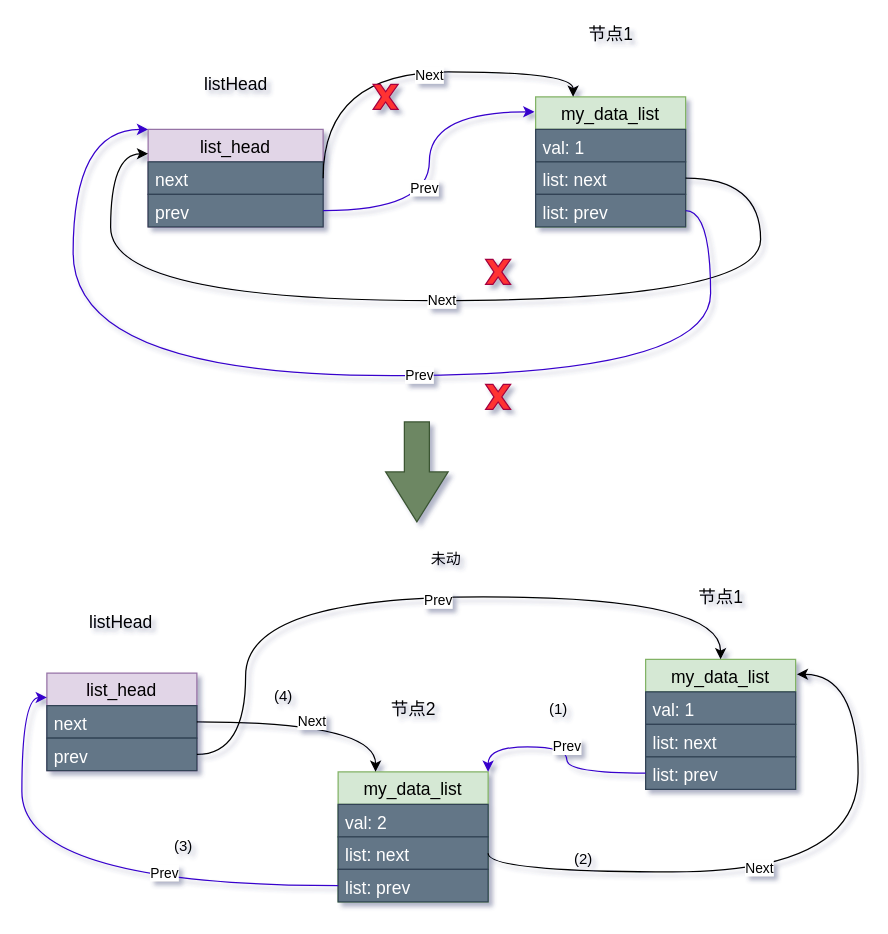
Earlier version of the draw.io diagram 06-内核链表插入2.drawio (Vinson-001/Blog-flow-chart). Source tidied: cells renumbered, new cells numbered last; positions are measured from the earlier drawing's top-left corner, leaving out a move shared by most shapes. Both pictures are drawn from the tidied source at 125%, with x=0, y=0 at pixel (46, 21).
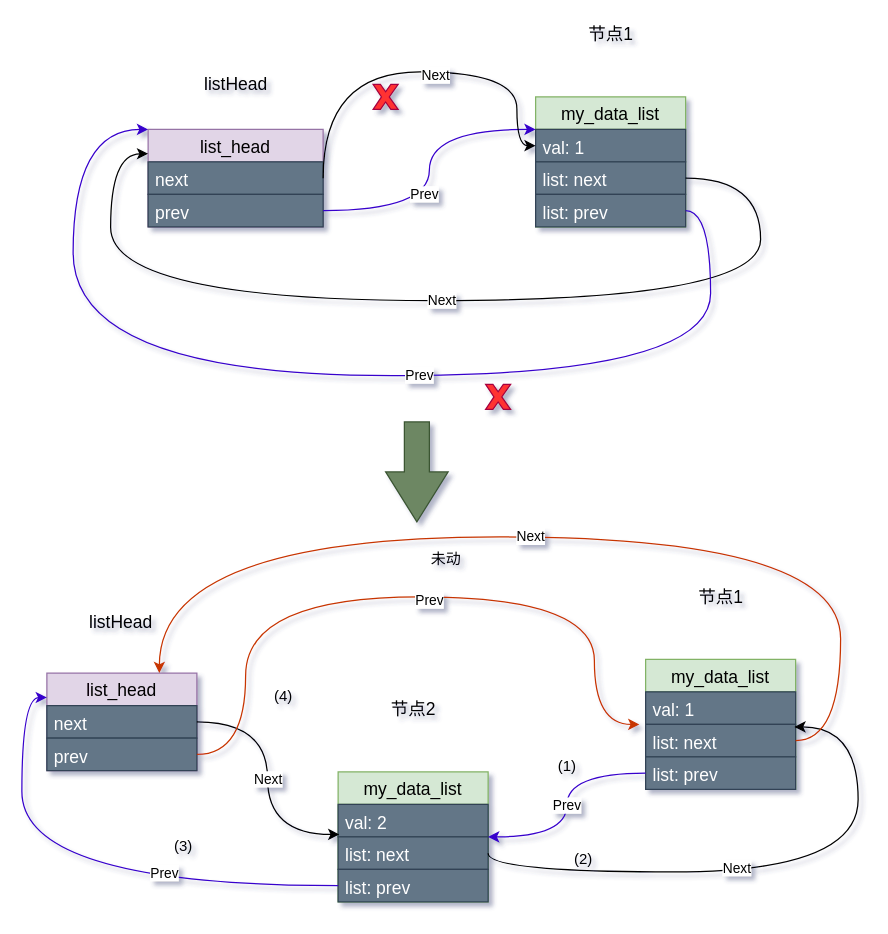
After the change.

Commit message (it also covers changes not shown here):
更新06-内核链表插入2.drawio

The change refers to these unchanged cells:
```xml
<mxCell id="2" style="group;" parent="1" vertex="1">
  <mxGeometry x="21" width="550" height="283" as="geometry" />
</mxCell>
<mxCell id="4" value="my_data_list" style="swimlane;fontStyle=0;horizontal=1;startSize=26;fillColor=#d5e8d4;fontSize=14;strokeColor=#82b366;" parent="3" vertex="1">
  <mxGeometry y="60" width="120" height="104" as="geometry" />
</mxCell>
<mxCell id="5" value="val: 1" style="text;strokeColor=#314354;fillColor=#647687;align=left;verticalAlign=top;spacingLeft=4;spacingRight=4;overflow=hidden;points=[[0,0.5],[1,0.5]];portConstraint=eastwest;fontColor=#ffffff;fontSize=14;" parent="4" vertex="1">
  <mxGeometry y="26" width="120" height="26" as="geometry" />
</mxCell>
<mxCell id="10" value="next" style="text;strokeColor=#314354;fillColor=#647687;align=left;verticalAlign=top;spacingLeft=4;spacingRight=4;overflow=hidden;points=[[0,0.5],[1,0.5]];portConstraint=eastwest;fontColor=#ffffff;fontSize=14;" parent="9" vertex="1">
  <mxGeometry y="26" width="140" height="26" as="geometry" />
</mxCell>
<mxCell id="11" value="prev" style="text;strokeColor=#314354;fillColor=#647687;align=left;verticalAlign=top;spacingLeft=4;spacingRight=4;overflow=hidden;points=[[0,0.5],[1,0.5]];portConstraint=eastwest;fontColor=#ffffff;fontSize=14;" parent="9" vertex="1">
  <mxGeometry y="52" width="140" height="26" as="geometry" />
</mxCell>
<mxCell id="23" style="group;" parent="1" vertex="1">
  <mxGeometry y="420" width="649" height="284" as="geometry" />
</mxCell>
<mxCell id="25" value="my_data_list" style="swimlane;fontStyle=0;horizontal=1;startSize=26;fillColor=#d5e8d4;fontSize=14;strokeColor=#82b366;" parent="24" vertex="1">
  <mxGeometry y="60" width="120" height="104" as="geometry" />
</mxCell>
<mxCell id="26" value="val: 2" style="text;strokeColor=#314354;fillColor=#647687;align=left;verticalAlign=top;spacingLeft=4;spacingRight=4;overflow=hidden;points=[[0,0.5],[1,0.5]];portConstraint=eastwest;fontColor=#ffffff;fontSize=14;" parent="25" vertex="1">
  <mxGeometry y="26" width="120" height="26" as="geometry" />
</mxCell>
<mxCell id="27" value="list: next" style="text;strokeColor=#314354;fillColor=#647687;align=left;verticalAlign=top;spacingLeft=4;spacingRight=4;overflow=hidden;points=[[0,0.5],[1,0.5]];portConstraint=eastwest;fontColor=#ffffff;fontSize=14;" parent="25" vertex="1">
  <mxGeometry y="52" width="120" height="26" as="geometry" />
</mxCell>
<mxCell id="30" value="list_head" style="swimlane;fontStyle=0;horizontal=1;startSize=26;fillColor=#e1d5e7;fontSize=14;strokeColor=#9673a6;" parent="23" vertex="1">
  <mxGeometry y="101" width="120" height="78" as="geometry" />
</mxCell>
<mxCell id="31" value="next" style="text;strokeColor=#314354;fillColor=#647687;align=left;verticalAlign=top;spacingLeft=4;spacingRight=4;overflow=hidden;points=[[0,0.5],[1,0.5]];portConstraint=eastwest;fontColor=#ffffff;fontSize=14;" parent="30" vertex="1">
  <mxGeometry y="26" width="120" height="26" as="geometry" />
</mxCell>
<mxCell id="32" value="prev" style="text;strokeColor=#314354;fillColor=#647687;align=left;verticalAlign=top;spacingLeft=4;spacingRight=4;overflow=hidden;points=[[0,0.5],[1,0.5]];portConstraint=eastwest;fontColor=#ffffff;fontSize=14;" parent="30" vertex="1">
  <mxGeometry y="52" width="120" height="26" as="geometry" />
</mxCell>
<mxCell id="35" value="my_data_list" style="swimlane;fontStyle=0;horizontal=1;startSize=26;fillColor=#d5e8d4;fontSize=14;strokeColor=#82b366;" parent="34" vertex="1">
  <mxGeometry y="60" width="120" height="104" as="geometry" />
</mxCell>
<mxCell id="36" value="val: 1" style="text;strokeColor=#314354;fillColor=#647687;align=left;verticalAlign=top;spacingLeft=4;spacingRight=4;overflow=hidden;points=[[0,0.5],[1,0.5]];portConstraint=eastwest;fontColor=#ffffff;fontSize=14;" parent="35" vertex="1">
  <mxGeometry y="26" width="120" height="26" as="geometry" />
</mxCell>
<mxCell id="37" value="list: next" style="text;strokeColor=#314354;fillColor=#647687;align=left;verticalAlign=top;spacingLeft=4;spacingRight=4;overflow=hidden;points=[[0,0.5],[1,0.5]];portConstraint=eastwest;fontColor=#ffffff;fontSize=14;" parent="35" vertex="1">
  <mxGeometry y="52" width="120" height="26" as="geometry" />
</mxCell>
<mxCell id="38" value="list: prev" style="text;strokeColor=#314354;fillColor=#647687;align=left;verticalAlign=top;spacingLeft=4;spacingRight=4;overflow=hidden;points=[[0,0.5],[1,0.5]];portConstraint=eastwest;fontColor=#ffffff;fontSize=14;" parent="35" vertex="1">
  <mxGeometry y="78" width="120" height="26" as="geometry" />
</mxCell>
```

Change to the diagram source:
```diff
@@
-    <mxCell id="13" style="edgeStyle=orthogonalEdgeStyle;curved=1;rounded=0;jettySize=auto;html=1;exitX=1;exitY=0.5;exitDx=0;exitDy=0;entryX=-0.008;entryY=0.115;entryDx=0;entryDy=0;entryPerimeter=0;fillColor=#6a00ff;strokeColor=#3700CC;" parent="2" edge="1" source="11" target="4">
+    <mxCell id="13" style="edgeStyle=orthogonalEdgeStyle;curved=1;rounded=0;jettySize=auto;html=1;exitX=1;exitY=0.5;exitDx=0;exitDy=0;entryX=0;entryY=0.25;entryDx=0;entryDy=0;fillColor=#6a00ff;strokeColor=#3700CC;" parent="2" edge="1" source="11" target="4">
       <mxGeometry relative="1" as="geometry" />
     </mxCell>
@@
-    <mxCell id="18" style="edgeStyle=orthogonalEdgeStyle;curved=1;rounded=0;jettySize=auto;html=1;exitX=1;exitY=0.5;exitDx=0;exitDy=0;entryX=0.25;entryY=0;entryDx=0;entryDy=0;" parent="2" edge="1" source="10" target="4">
+    <mxCell id="18" style="edgeStyle=orthogonalEdgeStyle;curved=1;rounded=0;jettySize=auto;html=1;exitX=1;exitY=0.5;exitDx=0;exitDy=0;entryX=0;entryY=0.5;entryDx=0;entryDy=0;" parent="2" edge="1" source="10" target="5">
       <mxGeometry relative="1" as="geometry">
         <Array as="points">
           <mxPoint x="200" y="40" />
-          <mxPoint x="400" y="40" />
+          <mxPoint x="355" y="40" />
+          <mxPoint x="355" y="99" />
         </Array>
       </mxGeometry>
     </mxCell>
@@
-    <mxCell id="20" style="verticalLabelPosition=bottom;verticalAlign=top;html=1;shape=mxgraph.basic.x;strokeColor=#A50040;fontColor=#ffffff;fillColor=#FF3333;" parent="2" vertex="1">
-      <mxGeometry x="330" y="190" width="20" height="20" as="geometry" />
-    </mxCell>
@@
-    <mxCell id="40" value="Prev" style="edgeStyle=orthogonalEdgeStyle;curved=1;rounded=0;jettySize=auto;html=1;exitX=0;exitY=0.5;exitDx=0;exitDy=0;entryX=1;entryY=0;entryDx=0;entryDy=0;fillColor=#6a00ff;strokeColor=#3700CC;" parent="23" edge="1" source="38" target="25">
+    <mxCell id="40" value="Prev" style="edgeStyle=orthogonalEdgeStyle;curved=1;rounded=0;jettySize=auto;html=1;exitX=0;exitY=0.5;exitDx=0;exitDy=0;entryX=1;entryY=0.5;entryDx=0;entryDy=0;fillColor=#6a00ff;strokeColor=#3700CC;" parent="23" edge="1" source="38" target="25">
       <mxGeometry relative="1" as="geometry" />
     </mxCell>
-    <mxCell id="41" style="edgeStyle=orthogonalEdgeStyle;curved=1;rounded=0;jettySize=auto;html=1;exitX=1;exitY=0.5;exitDx=0;exitDy=0;entryX=1.008;entryY=0.115;entryDx=0;entryDy=0;entryPerimeter=0;" parent="23" edge="1" source="27" target="35">
+    <mxCell id="41" style="edgeStyle=orthogonalEdgeStyle;curved=1;rounded=0;jettySize=auto;html=1;exitX=1;exitY=0.5;exitDx=0;exitDy=0;entryX=0.992;entryY=1.077;entryDx=0;entryDy=0;entryPerimeter=0;" parent="23" edge="1" source="27" target="36">
       <mxGeometry relative="1" as="geometry">
         <Array as="points">
           <mxPoint x="353" y="260" />
           <mxPoint x="649" y="260" />
-          <mxPoint x="649" y="102" />
+          <mxPoint x="649" y="144" />
         </Array>
       </mxGeometry>
     </mxCell>
@@
     <mxCell id="43" value="(1)" style="text;html=1;align=center;verticalAlign=middle;" parent="23" vertex="1">
-      <mxGeometry x="394" y="120" width="30" height="20" as="geometry" />
+      <mxGeometry x="401" y="166" width="30" height="20" as="geometry" />
     </mxCell>
@@
-    <mxCell id="47" value="Next" style="edgeStyle=orthogonalEdgeStyle;curved=1;rounded=0;jettySize=auto;html=1;exitX=1;exitY=0.5;exitDx=0;exitDy=0;entryX=0.25;entryY=0;entryDx=0;entryDy=0;" parent="23" edge="1" source="31" target="25">
+    <mxCell id="47" value="Next" style="edgeStyle=orthogonalEdgeStyle;curved=1;rounded=0;jettySize=auto;html=1;exitX=1;exitY=0.5;exitDx=0;exitDy=0;entryX=0.008;entryY=0.923;entryDx=0;entryDy=0;entryPerimeter=0;" parent="23" edge="1" source="31" target="26">
       <mxGeometry relative="1" as="geometry" />
     </mxCell>
@@
-    <mxCell id="50" style="edgeStyle=orthogonalEdgeStyle;curved=1;rounded=0;jettySize=auto;html=1;exitX=1;exitY=0.5;exitDx=0;exitDy=0;entryX=0.5;entryY=0;entryDx=0;entryDy=0;" parent="23" edge="1" source="32" target="35">
+    <mxCell id="50" style="edgeStyle=orthogonalEdgeStyle;curved=1;rounded=0;jettySize=auto;html=1;exitX=1;exitY=0.5;exitDx=0;exitDy=0;fillColor=#fa6800;strokeColor=#C73500;" parent="23" edge="1" source="32">
       <mxGeometry relative="1" as="geometry">
+        <mxPoint x="474" y="142" as="targetPoint" />
         <Array as="points">
           <mxPoint x="159" y="166" />
           <mxPoint x="159" y="40" />
-          <mxPoint x="539" y="40" />
+          <mxPoint x="438" y="40" />
+          <mxPoint x="438" y="142" />
         </Array>
       </mxGeometry>
     </mxCell>
@@
+    <mxCell id="54" style="edgeStyle=orthogonalEdgeStyle;curved=1;rounded=0;jettySize=auto;html=1;exitX=1;exitY=0.5;exitDx=0;exitDy=0;entryX=0.75;entryY=0;entryDx=0;entryDy=0;fillColor=#fa6800;strokeColor=#C73500;" parent="23" edge="1" source="37" target="30">
+      <mxGeometry relative="1" as="geometry">
+        <Array as="points">
+          <mxPoint x="635" y="155" />
+          <mxPoint x="635" y="-8" />
+          <mxPoint x="90" y="-8" />
+        </Array>
+      </mxGeometry>
+    </mxCell>
+    <mxCell id="55" value="Next" style="edgeLabel;html=1;align=center;verticalAlign=middle;" parent="54" vertex="1">
+      <mxGeometry x="0.05" y="-1" relative="1" as="geometry" />
+    </mxCell>
```
